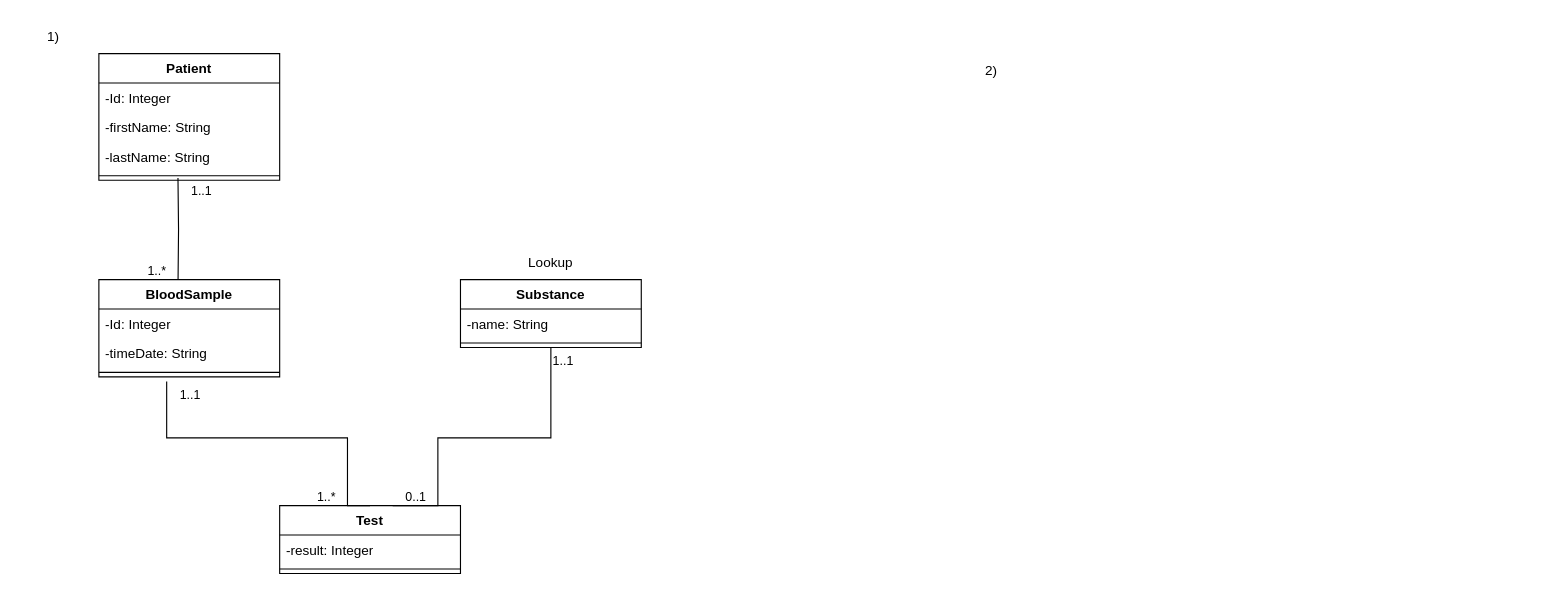
The draw.io diagram Midterm 1 Sample Exam.drawio in Cole-Hartman/database-UML, before the edit. Source tidied: cells renumbered, new cells numbered last; positions are measured from the earlier drawing's top-left corner, leaving out a move shared by most shapes. Both pictures are drawn from the tidied source at 113%, with x=0, y=0 at pixel (19, 19).
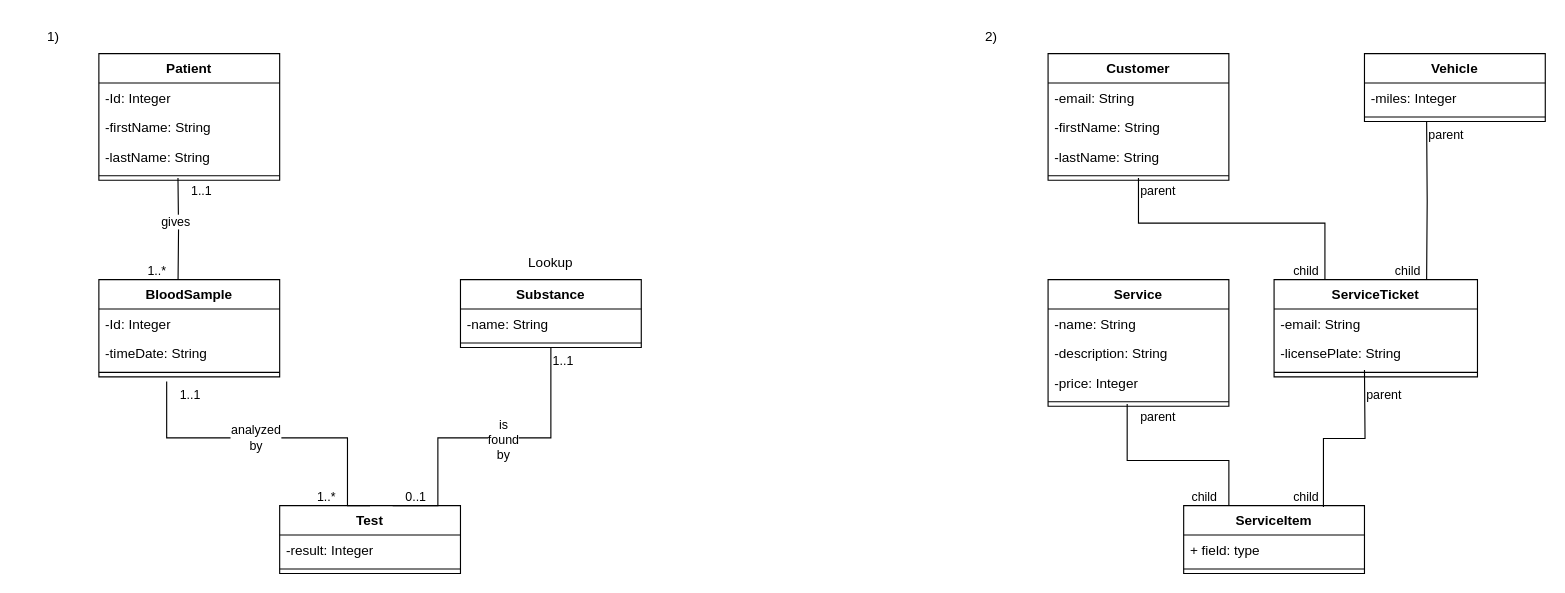
The same diagram, later.

Unchanged cells that the change refers to:
```xml
<mxCell id="18" style="endArrow=none;html=1;edgeStyle=orthogonalEdgeStyle;rounded=0;entryX=0.438;entryY=0;entryDx=0;entryDy=0;entryPerimeter=0;" parent="1" edge="1" target="8">
  <mxGeometry relative="1" as="geometry">
    <mxPoint x="140" y="140" as="sourcePoint" />
  </mxGeometry>
</mxCell>
<mxCell id="21" style="endArrow=none;html=1;edgeStyle=orthogonalEdgeStyle;rounded=0;entryX=0.5;entryY=0;entryDx=0;entryDy=0;" parent="1" edge="1" target="15">
  <mxGeometry relative="1" as="geometry">
    <mxPoint x="130" y="320" as="sourcePoint" />
    <Array as="points">
      <mxPoint x="130" y="370" />
      <mxPoint x="290" y="370" />
      <mxPoint x="290" y="430" />
    </Array>
  </mxGeometry>
</mxCell>
<mxCell id="24" style="endArrow=none;html=1;edgeStyle=orthogonalEdgeStyle;rounded=0;entryX=0.625;entryY=0;entryDx=0;entryDy=0;entryPerimeter=0;" parent="1" edge="1" target="15">
  <mxGeometry relative="1" as="geometry">
    <mxPoint x="470" y="290" as="sourcePoint" />
    <Array as="points">
      <mxPoint x="470" y="370" />
      <mxPoint x="370" y="370" />
      <mxPoint x="370" y="430" />
    </Array>
  </mxGeometry>
</mxCell>
```

Diff of the diagram source:
```diff
@@
+    <mxCell id="29" value="gives" style="edgeLabel;html=1;align=center;verticalAlign=middle;" parent="18" vertex="1">
+      <mxGeometry x="-0.15" y="-3" relative="1" as="geometry" />
+    </mxCell>
@@
+    <mxCell id="30" value="analyzed&lt;br&gt;by" style="edgeLabel;html=1;align=center;verticalAlign=middle;" parent="21" vertex="1">
+      <mxGeometry x="-0.12" y="1" relative="1" as="geometry" />
+    </mxCell>
@@
+    <mxCell id="31" value="is &lt;br&gt;found &lt;br&gt;by" style="edgeLabel;html=1;align=center;verticalAlign=middle;" parent="24" vertex="1">
+      <mxGeometry x="-0.12" y="1" relative="1" as="geometry" />
+    </mxCell>
@@
     <mxCell id="28" value="2)" style="text;html=1;align=center;verticalAlign=middle;whiteSpace=wrap;rounded=0;" parent="1" vertex="1">
-      <mxGeometry x="830" y="30" width="60" height="30" as="geometry" />
+      <mxGeometry x="830" width="60" height="30" as="geometry" />
     </mxCell>
+    <mxCell id="32" value="Customer" style="swimlane;fontStyle=1;align=center;verticalAlign=top;horizontal=1;startSize=26;whiteSpace=wrap;html=1;" parent="1" vertex="1">
+      <mxGeometry x="910" y="30" width="160" height="112" as="geometry" />
+    </mxCell>
+    <mxCell id="33" value="-email: String" style="text;strokeColor=none;fillColor=none;align=left;verticalAlign=top;spacingLeft=4;spacingRight=4;overflow=hidden;whiteSpace=wrap;html=1;" parent="32" vertex="1">
+      <mxGeometry y="26" width="160" height="26" as="geometry" />
+    </mxCell>
+    <mxCell id="34" value="-firstName: String" style="text;strokeColor=none;fillColor=none;align=left;verticalAlign=top;spacingLeft=4;spacingRight=4;overflow=hidden;whiteSpace=wrap;html=1;" parent="32" vertex="1">
+      <mxGeometry y="52" width="160" height="26" as="geometry" />
+    </mxCell>
+    <mxCell id="35" value="-lastName: String" style="text;strokeColor=none;fillColor=none;align=left;verticalAlign=top;spacingLeft=4;spacingRight=4;overflow=hidden;whiteSpace=wrap;html=1;" parent="32" vertex="1">
+      <mxGeometry y="78" width="160" height="26" as="geometry" />
+    </mxCell>
+    <mxCell id="36" style="line;strokeWidth=1;fillColor=none;align=left;verticalAlign=middle;spacingTop=-1;spacingLeft=3;spacingRight=3;labelPosition=right;strokeColor=inherit;" parent="32" vertex="1">
+      <mxGeometry y="104" width="160" height="8" as="geometry" />
+    </mxCell>
+    <mxCell id="37" value="ServiceTicket" style="swimlane;fontStyle=1;align=center;verticalAlign=top;horizontal=1;startSize=26;whiteSpace=wrap;html=1;" parent="1" vertex="1">
+      <mxGeometry x="1110" y="230" width="180" height="86" as="geometry" />
+    </mxCell>
+    <mxCell id="38" value="-email: String" style="text;strokeColor=none;fillColor=none;align=left;verticalAlign=top;spacingLeft=4;spacingRight=4;overflow=hidden;whiteSpace=wrap;html=1;" parent="37" vertex="1">
+      <mxGeometry y="26" width="180" height="26" as="geometry" />
+    </mxCell>
+    <mxCell id="39" value="-licensePlate: String" style="text;strokeColor=none;fillColor=none;align=left;verticalAlign=top;spacingLeft=4;spacingRight=4;overflow=hidden;whiteSpace=wrap;html=1;" parent="37" vertex="1">
+      <mxGeometry y="52" width="180" height="26" as="geometry" />
+    </mxCell>
+    <mxCell id="40" style="line;strokeWidth=1;fillColor=none;align=left;verticalAlign=middle;spacingTop=-1;spacingLeft=3;spacingRight=3;labelPosition=right;strokeColor=inherit;" parent="37" vertex="1">
+      <mxGeometry y="78" width="180" height="8" as="geometry" />
+    </mxCell>
+    <mxCell id="41" value="Service" style="swimlane;fontStyle=1;align=center;verticalAlign=top;horizontal=1;startSize=26;whiteSpace=wrap;html=1;" parent="1" vertex="1">
+      <mxGeometry x="910" y="230" width="160" height="112" as="geometry" />
+    </mxCell>
+    <mxCell id="42" value="-name: String" style="text;strokeColor=none;fillColor=none;align=left;verticalAlign=top;spacingLeft=4;spacingRight=4;overflow=hidden;whiteSpace=wrap;html=1;" parent="41" vertex="1">
+      <mxGeometry y="26" width="160" height="26" as="geometry" />
+    </mxCell>
+    <mxCell id="43" value="-description: String" style="text;strokeColor=none;fillColor=none;align=left;verticalAlign=top;spacingLeft=4;spacingRight=4;overflow=hidden;whiteSpace=wrap;html=1;" parent="41" vertex="1">
+      <mxGeometry y="52" width="160" height="26" as="geometry" />
+    </mxCell>
+    <mxCell id="44" value="-price: Integer" style="text;strokeColor=none;fillColor=none;align=left;verticalAlign=top;spacingLeft=4;spacingRight=4;overflow=hidden;whiteSpace=wrap;html=1;" parent="41" vertex="1">
+      <mxGeometry y="78" width="160" height="26" as="geometry" />
+    </mxCell>
+    <mxCell id="45" style="line;strokeWidth=1;fillColor=none;align=left;verticalAlign=middle;spacingTop=-1;spacingLeft=3;spacingRight=3;labelPosition=right;strokeColor=inherit;" parent="41" vertex="1">
+      <mxGeometry y="104" width="160" height="8" as="geometry" />
+    </mxCell>
+    <mxCell id="46" value="Vehicle" style="swimlane;fontStyle=1;align=center;verticalAlign=top;horizontal=1;startSize=26;whiteSpace=wrap;html=1;" parent="1" vertex="1">
+      <mxGeometry x="1190" y="30" width="160" height="60" as="geometry" />
+    </mxCell>
+    <mxCell id="47" value="-miles: Integer" style="text;strokeColor=none;fillColor=none;align=left;verticalAlign=top;spacingLeft=4;spacingRight=4;overflow=hidden;whiteSpace=wrap;html=1;" parent="46" vertex="1">
+      <mxGeometry y="26" width="160" height="26" as="geometry" />
+    </mxCell>
+    <mxCell id="48" style="line;strokeWidth=1;fillColor=none;align=left;verticalAlign=middle;spacingTop=-1;spacingLeft=3;spacingRight=3;labelPosition=right;strokeColor=inherit;" parent="46" vertex="1">
+      <mxGeometry y="52" width="160" height="8" as="geometry" />
+    </mxCell>
+    <mxCell id="49" style="endArrow=none;html=1;edgeStyle=orthogonalEdgeStyle;rounded=0;entryX=0.25;entryY=0;entryDx=0;entryDy=0;" parent="1" edge="1" target="37">
+      <mxGeometry relative="1" as="geometry">
+        <mxPoint x="990" y="140" as="sourcePoint" />
+        <Array as="points">
+          <mxPoint x="990" y="180" />
+          <mxPoint x="1155" y="180" />
+        </Array>
+      </mxGeometry>
+    </mxCell>
+    <mxCell id="50" value="parent" style="edgeLabel;html=1;align=left;verticalAlign=bottom;" parent="49" vertex="1">
+      <mxGeometry x="-1" relative="1" as="geometry">
+        <mxPoint y="20" as="offset" />
+      </mxGeometry>
+    </mxCell>
+    <mxCell id="51" value="child" style="edgeLabel;html=1;align=right;verticalAlign=bottom;" parent="49" vertex="1">
+      <mxGeometry x="1" relative="1" as="geometry">
+        <mxPoint x="-5" as="offset" />
+      </mxGeometry>
+    </mxCell>
+    <mxCell id="52" style="endArrow=none;html=1;edgeStyle=orthogonalEdgeStyle;rounded=0;entryX=0.75;entryY=0;entryDx=0;entryDy=0;" parent="1" edge="1" target="37">
+      <mxGeometry relative="1" as="geometry">
+        <mxPoint x="1245" y="90" as="sourcePoint" />
+      </mxGeometry>
+    </mxCell>
+    <mxCell id="53" value="parent" style="edgeLabel;html=1;align=left;verticalAlign=bottom;" parent="52" vertex="1">
+      <mxGeometry x="-1" relative="1" as="geometry">
+        <mxPoint y="20" as="offset" />
+      </mxGeometry>
+    </mxCell>
+    <mxCell id="54" value="child" style="edgeLabel;html=1;align=right;verticalAlign=bottom;" parent="52" vertex="1">
+      <mxGeometry x="1" relative="1" as="geometry">
+        <mxPoint x="-5" as="offset" />
+      </mxGeometry>
+    </mxCell>
+    <mxCell id="55" value="ServiceItem" style="swimlane;fontStyle=1;align=center;verticalAlign=top;horizontal=1;startSize=26;whiteSpace=wrap;html=1;" parent="1" vertex="1">
+      <mxGeometry x="1030" y="430" width="160" height="60" as="geometry" />
+    </mxCell>
+    <mxCell id="56" value="+ field: type" style="text;strokeColor=none;fillColor=none;align=left;verticalAlign=top;spacingLeft=4;spacingRight=4;overflow=hidden;whiteSpace=wrap;html=1;" parent="55" vertex="1">
+      <mxGeometry y="26" width="160" height="26" as="geometry" />
+    </mxCell>
+    <mxCell id="57" style="line;strokeWidth=1;fillColor=none;align=left;verticalAlign=middle;spacingTop=-1;spacingLeft=3;spacingRight=3;labelPosition=right;strokeColor=inherit;" parent="55" vertex="1">
+      <mxGeometry y="52" width="160" height="8" as="geometry" />
+    </mxCell>
+    <mxCell id="58" style="endArrow=none;html=1;edgeStyle=orthogonalEdgeStyle;rounded=0;entryX=0.25;entryY=0;entryDx=0;entryDy=0;" parent="1" edge="1" target="55">
+      <mxGeometry relative="1" as="geometry">
+        <mxPoint x="980" y="340" as="sourcePoint" />
+        <Array as="points">
+          <mxPoint x="980" y="390" />
+          <mxPoint x="1070" y="390" />
+        </Array>
+      </mxGeometry>
+    </mxCell>
+    <mxCell id="59" value="parent" style="edgeLabel;html=1;align=left;verticalAlign=bottom;" parent="58" vertex="1">
+      <mxGeometry x="-1" relative="1" as="geometry">
+        <mxPoint x="10" y="20" as="offset" />
+      </mxGeometry>
+    </mxCell>
+    <mxCell id="60" value="child" style="edgeLabel;html=1;align=right;verticalAlign=bottom;" parent="58" vertex="1">
+      <mxGeometry x="1" relative="1" as="geometry">
+        <mxPoint x="-10" as="offset" />
+      </mxGeometry>
+    </mxCell>
+    <mxCell id="61" style="endArrow=none;html=1;edgeStyle=orthogonalEdgeStyle;rounded=0;entryX=0.773;entryY=0.018;entryDx=0;entryDy=0;entryPerimeter=0;" parent="1" edge="1" target="55">
+      <mxGeometry relative="1" as="geometry">
+        <mxPoint x="1190" y="310" as="sourcePoint" />
+      </mxGeometry>
+    </mxCell>
+    <mxCell id="62" value="parent" style="edgeLabel;html=1;align=left;verticalAlign=bottom;" parent="61" vertex="1">
+      <mxGeometry x="-1" relative="1" as="geometry">
+        <mxPoint y="30" as="offset" />
+      </mxGeometry>
+    </mxCell>
+    <mxCell id="63" value="child" style="edgeLabel;html=1;align=right;verticalAlign=bottom;" parent="61" vertex="1">
+      <mxGeometry x="1" relative="1" as="geometry">
+        <mxPoint x="-4" y="-1" as="offset" />
+      </mxGeometry>
+    </mxCell>
```
